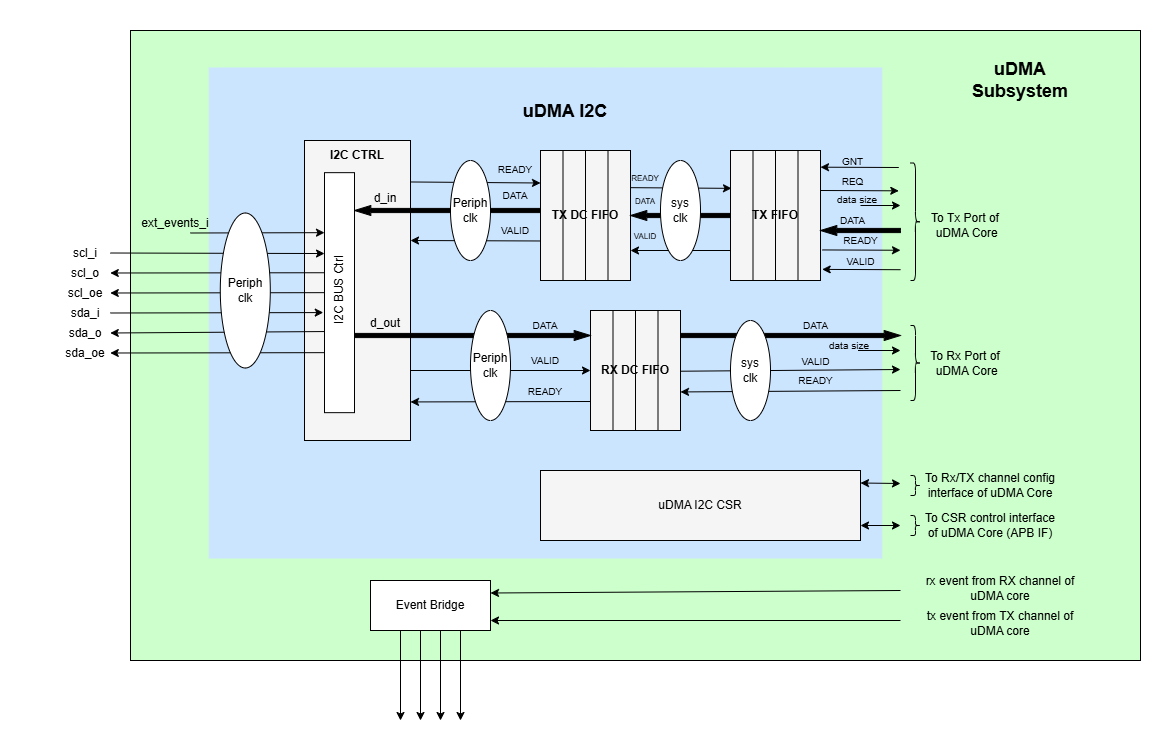
openhwgroup/core-v-mcu keeps this draw.io diagram as docs/doc-src/ip-blocks/udma_i2c_block_diagram.png. Above is the earlier version. Source tidied: cells renumbered, new cells last; positions are measured from the earlier drawing's top-left corner, leaving out a move shared by most shapes.
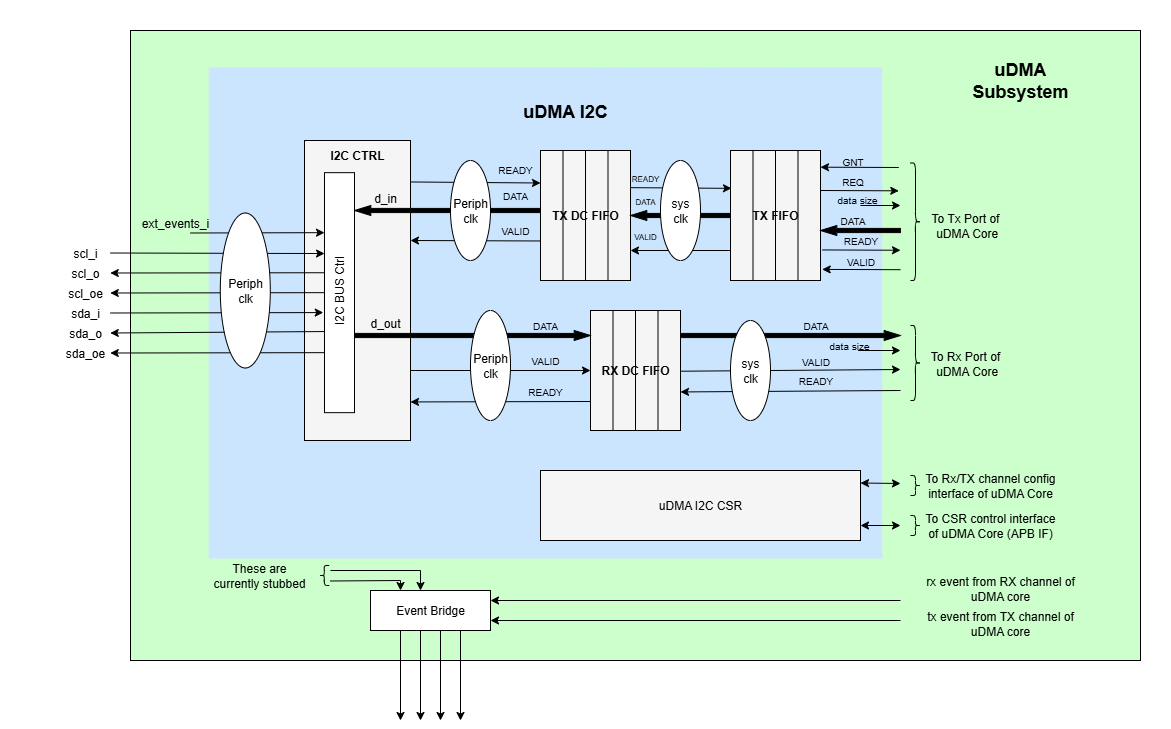
Later version of the same file.

Commit message:
Update I2C block diagram and add Tx/Rx operations

The edit, as a diff of the source:
```diff
@@ -291,11 +291,11 @@
       <mxGeometry x="920" y="210" width="90" height="30" as="geometry" />
     </mxCell>
     <mxCell id="83" value="Event Bridge" style="rounded=0;whiteSpace=wrap;html=1;" parent="1" vertex="1">
-      <mxGeometry x="370" y="580" width="120" height="50" as="geometry" />
+      <mxGeometry x="370" y="590" width="120" height="40" as="geometry" />
     </mxCell>
     <mxCell id="84" style="endArrow=classic;html=1;rounded=0;entryX=1;entryY=0.25;entryDx=0;entryDy=0;" parent="1" edge="1" target="83">
       <mxGeometry relative="1" as="geometry">
-        <mxPoint x="900" y="590" as="sourcePoint" />
+        <mxPoint x="900" y="600" as="sourcePoint" />
       </mxGeometry>
     </mxCell>
     <mxCell id="85" style="endArrow=classic;html=1;rounded=0;entryX=1;entryY=0.25;entryDx=0;entryDy=0;" parent="1" edge="1">
@@ -368,5 +368,29 @@
     <mxCell id="102" value="d_out" style="text;html=1;align=center;verticalAlign=middle;whiteSpace=wrap;rounded=0;" parent="1" vertex="1">
       <mxGeometry x="370" y="315" width="30" height="15" as="geometry" />
     </mxCell>
+    <mxCell id="103" value="These are currently stubbed" style="text;html=1;align=center;verticalAlign=middle;whiteSpace=wrap;rounded=0;" parent="1" vertex="1">
+      <mxGeometry x="208.8" y="560" width="100" height="30" as="geometry" />
+    </mxCell>
+    <mxCell id="104" style="endArrow=classic;html=1;rounded=0;entryX=0.25;entryY=0;entryDx=0;entryDy=0;" parent="1" edge="1">
+      <mxGeometry relative="1" as="geometry">
+        <mxPoint x="330" y="570" as="sourcePoint" />
+        <mxPoint x="420" y="590" as="targetPoint" />
+        <Array as="points">
+          <mxPoint x="420" y="570" />
+        </Array>
+      </mxGeometry>
+    </mxCell>
+    <mxCell id="105" style="endArrow=classic;html=1;rounded=0;" parent="1" edge="1">
+      <mxGeometry relative="1" as="geometry">
+        <mxPoint x="330" y="580.5" as="sourcePoint" />
+        <mxPoint x="400" y="590" as="targetPoint" />
+        <Array as="points">
+          <mxPoint x="400" y="580" />
+        </Array>
+      </mxGeometry>
+    </mxCell>
+    <mxCell id="106" style="shape=curlyBracket;whiteSpace=wrap;html=1;rounded=1;flipH=1;labelPosition=right;verticalLabelPosition=middle;align=left;verticalAlign=middle;direction=west;" parent="1" vertex="1">
+      <mxGeometry x="318.8" y="565" width="10" height="20" as="geometry" />
+    </mxCell>
   </root>
 </mxGraphModel>
```
